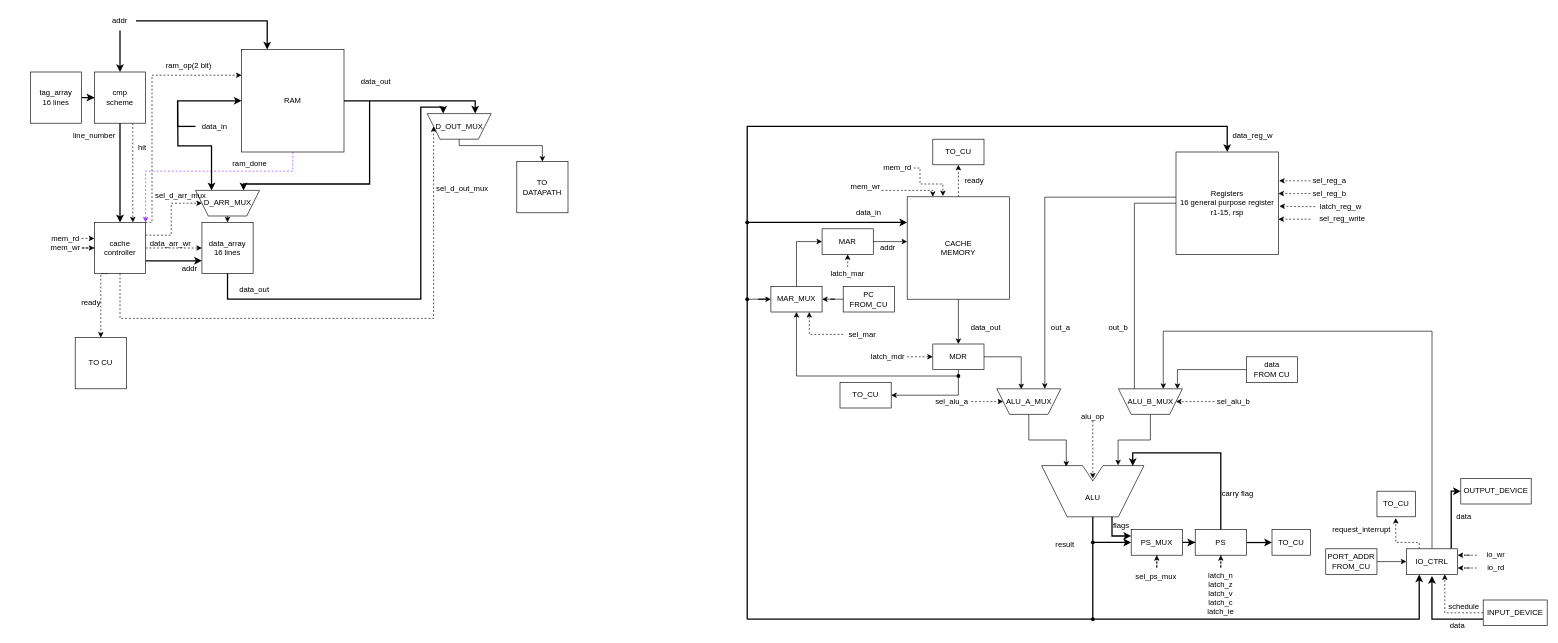
Earlier version of the draw.io diagram docs/scheme.drawio (Miwm64/ailurus). Source tidied: cells renumbered, new cells numbered last; positions are measured from the earlier drawing's top-left corner, leaving out a move shared by most shapes. Both pictures are drawn from the tidied source at 64%, with x=0, y=0 at pixel (30, 11).
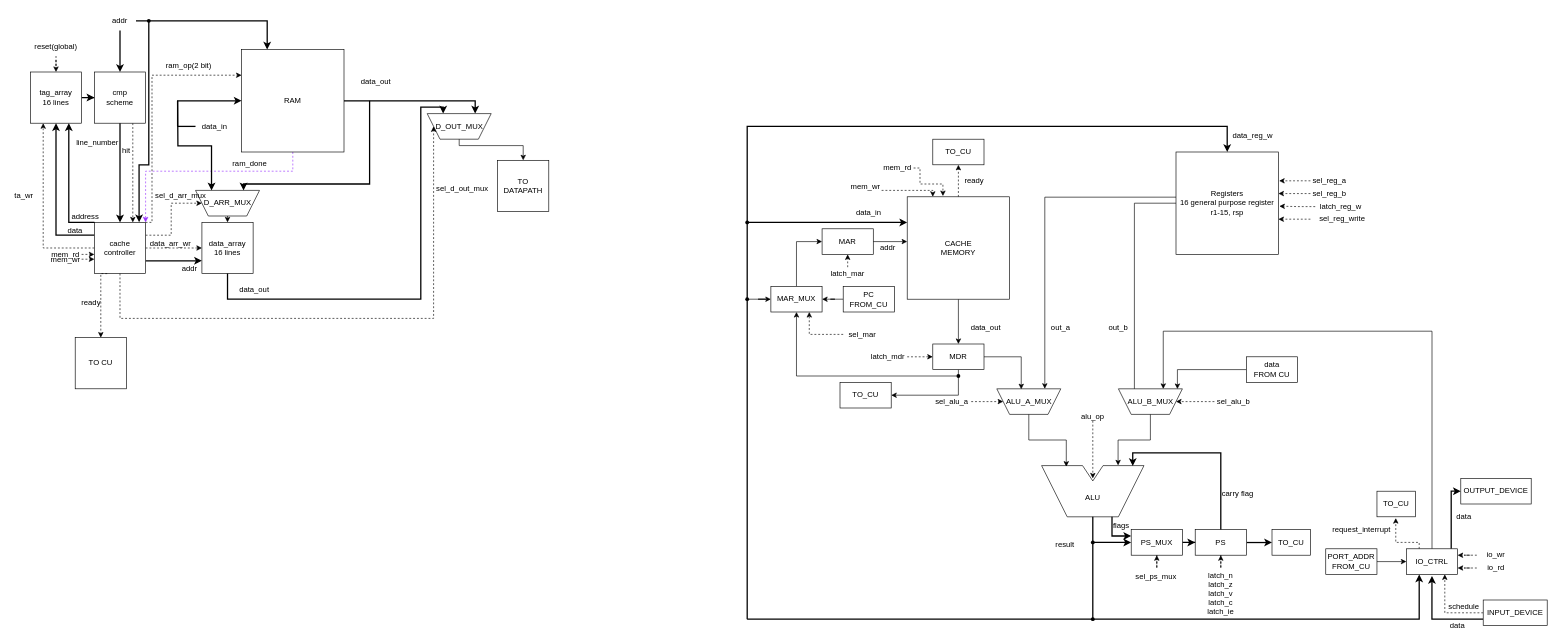
After the change.

Commit message (it also covers changes not shown here):
docs: cache replacement

The change refers to these unchanged cells:
```xml
<mxCell id="120" value="&lt;div&gt;tag_array&lt;/div&gt;&lt;div&gt;16 lines&lt;/div&gt;" style="rounded=0;whiteSpace=wrap;html=1;" parent="1" vertex="1">
  <mxGeometry y="95" width="80" height="80" as="geometry" />
</mxCell>
<mxCell id="132" value="&lt;div&gt;cache&lt;/div&gt;&lt;div&gt;controller&lt;/div&gt;" style="rounded=0;whiteSpace=wrap;html=1;" parent="1" vertex="1">
  <mxGeometry x="100" y="330" width="80" height="80" as="geometry" />
</mxCell>
<mxCell id="145" value="&lt;div&gt;&lt;br/&gt;&lt;/div&gt;" style="shape=trapezoid;perimeter=trapezoidPerimeter;whiteSpace=wrap;html=1;shapeInside=1;fixedSize=1;size=20;rotation=-180;" parent="144" vertex="1">
  <mxGeometry width="100" height="40" as="geometry" />
</mxCell>
```

The edit, as a diff of the source:
```diff
@@
     <mxCell id="124" value="line_number" style="text;html=1;whiteSpace=wrap;strokeColor=none;fillColor=none;align=center;verticalAlign=middle;rounded=0;" parent="1" vertex="1">
-      <mxGeometry x="70" y="180" width="60" height="30" as="geometry" />
+      <mxGeometry x="75" y="190" width="60" height="30" as="geometry" />
     </mxCell>
     <mxCell id="125" value="hit" style="text;html=1;whiteSpace=wrap;strokeColor=none;fillColor=none;align=center;verticalAlign=middle;rounded=0;" parent="1" vertex="1">
-      <mxGeometry x="160" y="205" width="30" height="15" as="geometry" />
+      <mxGeometry x="135" y="210" width="30" height="15" as="geometry" />
     </mxCell>
@@
+    <mxCell id="161" style="edgeStyle=orthogonalEdgeStyle;rounded=0;jettySize=auto;html=1;defaultLabelBackgroundColor=page;entryX=0.25;entryY=1;entryDx=0;entryDy=0;dashed=1;" parent="1" edge="1" source="132" target="120">
+      <mxGeometry relative="1" as="geometry" />
+    </mxCell>
+    <mxCell id="162" style="edgeStyle=orthogonalEdgeStyle;rounded=0;jettySize=auto;html=1;entryX=0.5;entryY=1;entryDx=0;entryDy=0;defaultLabelBackgroundColor=page;exitX=0;exitY=0.25;exitDx=0;exitDy=0;strokeWidth=2;" parent="1" edge="1" source="132" target="120">
+      <mxGeometry x="-0.08" relative="1" as="geometry" />
+    </mxCell>
+    <mxCell id="163" style="edgeStyle=orthogonalEdgeStyle;rounded=0;jettySize=auto;html=1;entryX=0.75;entryY=1;entryDx=0;entryDy=0;defaultLabelBackgroundColor=page;strokeWidth=2;" parent="1" edge="1" source="132" target="120">
+      <mxGeometry x="-0.2" relative="1" as="geometry">
+        <Array as="points">
+          <mxPoint x="60" y="330" />
+        </Array>
+      </mxGeometry>
+    </mxCell>
@@
     <mxCell id="133" value="TO DATAPATH" style="rounded=0;whiteSpace=wrap;html=1;" parent="1" vertex="1">
-      <mxGeometry x="760" y="235" width="80" height="80" as="geometry" />
+      <mxGeometry x="730" y="233" width="80" height="80" as="geometry" />
     </mxCell>
@@
     <mxCell id="147" style="edgeStyle=orthogonalEdgeStyle;rounded=0;jettySize=auto;html=1;entryX=0.5;entryY=0;entryDx=0;entryDy=0;defaultLabelBackgroundColor=page;exitX=0.5;exitY=0;exitDx=0;exitDy=0;" parent="1" edge="1" source="145" target="133">
       <mxGeometry x="0.68" relative="1" as="geometry">
         <Array as="points">
           <mxPoint x="670" y="210" />
-          <mxPoint x="800" y="210" />
-          <mxPoint x="800" y="235" />
+          <mxPoint x="770" y="210" />
         </Array>
       </mxGeometry>
     </mxCell>
@@
     <mxCell id="151" value="mem_rd" style="text;html=1;whiteSpace=wrap;strokeColor=none;fillColor=none;align=center;verticalAlign=middle;rounded=0;" parent="1" vertex="1">
-      <mxGeometry x="30" y="340" width="50" height="30" as="geometry" />
+      <mxGeometry x="30" y="365" width="50" height="30" as="geometry" />
     </mxCell>
-    <mxCell id="152" style="edgeStyle=orthogonalEdgeStyle;rounded=0;jettySize=auto;html=1;entryX=0;entryY=0.5;entryDx=0;entryDy=0;defaultLabelBackgroundColor=page;dashed=1;" parent="1" edge="1" source="153" target="132">
-      <mxGeometry relative="1" as="geometry" />
+    <mxCell id="152" style="edgeStyle=orthogonalEdgeStyle;rounded=0;jettySize=auto;html=1;entryX=0;entryY=0.722;entryDx=0;entryDy=0;defaultLabelBackgroundColor=page;dashed=1;entryPerimeter=0;" parent="1" edge="1" source="153" target="132">
+      <mxGeometry x="-0.41" relative="1" as="geometry" />
     </mxCell>
     <mxCell id="153" value="mem_wr" style="text;html=1;whiteSpace=wrap;strokeColor=none;fillColor=none;align=center;verticalAlign=middle;rounded=0;" parent="1" vertex="1">
-      <mxGeometry x="30" y="362.5" width="50" height="15" as="geometry" />
+      <mxGeometry x="30" y="380" width="50" height="15" as="geometry" />
     </mxCell>
-    <mxCell id="154" style="edgeStyle=orthogonalEdgeStyle;rounded=0;jettySize=auto;html=1;entryX=0.003;entryY=0.315;entryDx=0;entryDy=0;entryPerimeter=0;defaultLabelBackgroundColor=page;dashed=1;" parent="1" edge="1" source="151" target="132">
+    <mxCell id="154" style="edgeStyle=orthogonalEdgeStyle;rounded=0;jettySize=auto;html=1;entryX=-0.002;entryY=0.626;entryDx=0;entryDy=0;entryPerimeter=0;defaultLabelBackgroundColor=page;dashed=1;" parent="1" edge="1" source="151" target="132">
       <mxGeometry x="0.08" relative="1" as="geometry" />
     </mxCell>
@@
+    <mxCell id="164" value="address" style="text;html=1;whiteSpace=wrap;strokeColor=none;fillColor=none;align=center;verticalAlign=middle;rounded=0;" parent="1" vertex="1">
+      <mxGeometry x="66" y="313" width="40" height="15" as="geometry" />
+    </mxCell>
+    <mxCell id="165" value="data" style="text;html=1;whiteSpace=wrap;strokeColor=none;fillColor=none;align=center;verticalAlign=middle;rounded=0;" parent="1" vertex="1">
+      <mxGeometry x="50" y="335" width="40" height="15" as="geometry" />
+    </mxCell>
+    <mxCell id="166" value="ta_wr" style="text;html=1;whiteSpace=wrap;strokeColor=none;fillColor=none;align=center;verticalAlign=middle;rounded=0;" parent="1" vertex="1">
+      <mxGeometry x="-30" y="280" width="40" height="15" as="geometry" />
+    </mxCell>
+    <mxCell id="167" style="edgeStyle=orthogonalEdgeStyle;rounded=0;jettySize=auto;html=1;strokeWidth=2;entryX=0.873;entryY=-0.003;entryDx=0;entryDy=0;entryPerimeter=0;" parent="1" edge="1" source="168" target="132">
+      <mxGeometry x="-0.6" relative="1" as="geometry">
+        <Array as="points">
+          <mxPoint x="185" y="240" />
+          <mxPoint x="169.8" y="240" />
+        </Array>
+      </mxGeometry>
+    </mxCell>
+    <mxCell id="168" style="shape=waypoint;sketch=0;size=6;points=[];fillColor=none;perimeter=centerPerimeter;snapToPoint=1;" parent="1" vertex="1">
+      <mxGeometry x="175" y="5" width="20" height="20" as="geometry" />
+    </mxCell>
+    <mxCell id="169" style="edgeStyle=orthogonalEdgeStyle;rounded=0;jettySize=auto;html=1;entryX=0.5;entryY=0;entryDx=0;entryDy=0;defaultLabelBackgroundColor=page;dashed=1;" parent="1" edge="1" source="170" target="120">
+      <mxGeometry relative="1" as="geometry" />
+    </mxCell>
+    <mxCell id="170" value="reset(global)" style="text;html=1;whiteSpace=wrap;strokeColor=none;fillColor=none;align=center;verticalAlign=middle;rounded=0;" parent="1" vertex="1">
+      <mxGeometry x="15" y="40" width="50" height="30" as="geometry" />
+    </mxCell>
```
